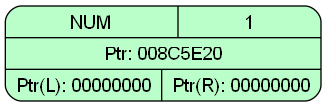
YegorGr/Differentiator keeps this Graphviz diagram as dump.png. Above is the earlier version. Its source is kept beside it as dump.dot.
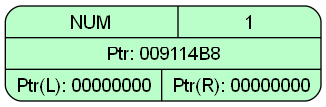
Above is the later version.

The edit, as a diff of the source:
```diff
@@ -4,5 +4,5 @@
     ranksep=0.8;
     splines=curved;
     node [fontname="Arial"];
-    node_008C5E20 [shape=Mrecord, style=filled, fillcolor="#BAFFC9", label="{ { NUM | 1 } | Ptr: 008C5E20 | { <left> Ptr(L): 00000000 | <right> Ptr(R): 00000000 } }"];
+    node_009114B8 [shape=Mrecord, style=filled, fillcolor="#BAFFC9", label="{ { NUM | 1 } | Ptr: 009114B8 | { <left> Ptr(L): 00000000 | <right> Ptr(R): 00000000 } }"];
 }
```
